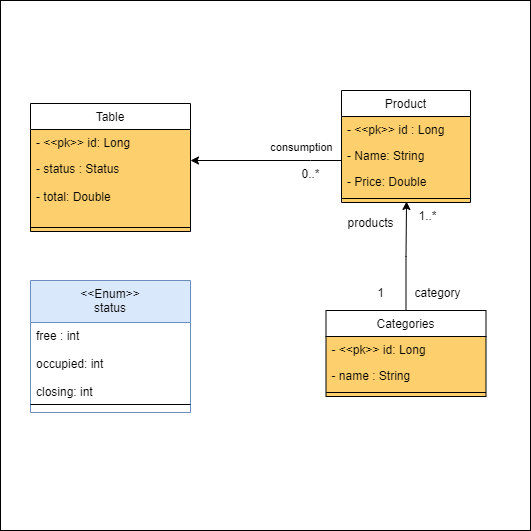
Before: assets/SnackHarbor.png, a diagram exported from draw.io (DeivinsonPereira/SnackHarbor). Source tidied: cells renumbered, new cells last; positions are measured from the earlier drawing's top-left corner, leaving out a move shared by most shapes.
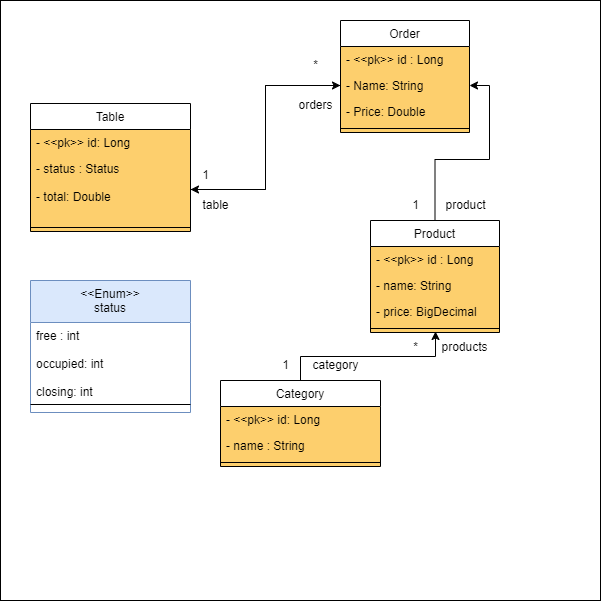
The same file after the commit.

Commit message:
Adjustments in relationships and order class created.

The edit, as a diff of the source:
```diff
@@ -3,30 +3,21 @@
     <mxCell id="0" />
     <mxCell id="1" parent="0" />
     <mxCell id="2" style="whiteSpace=wrap;html=1;" parent="1" vertex="1">
-      <mxGeometry width="530" height="530" as="geometry" />
+      <mxGeometry width="600" height="600" as="geometry" />
     </mxCell>
-    <mxCell id="3" value="Categories" style="swimlane;fontStyle=0;align=center;verticalAlign=top;horizontal=1;startSize=26;rounded=0;shadow=0;strokeWidth=1;swimlaneFillColor=#fdcf6d;" parent="1" vertex="1">
-      <mxGeometry x="325.5" y="310" width="160" height="86" as="geometry" />
-    </mxCell>
-    <mxCell id="4" value="- &lt;&lt;pk&gt;&gt; id: Long" style="text;align=left;verticalAlign=top;spacingLeft=4;spacingRight=4;overflow=hidden;" parent="3" vertex="1">
-      <mxGeometry y="26" width="160" height="26" as="geometry" />
-    </mxCell>
-    <mxCell id="5" value="- name : String" style="text;align=left;verticalAlign=top;spacingLeft=4;spacingRight=4;overflow=hidden;rounded=0;shadow=0;html=0;" parent="3" vertex="1">
-      <mxGeometry y="52" width="160" height="26" as="geometry" />
-    </mxCell>
-    <mxCell id="6" style="line;html=1;strokeWidth=1;align=left;verticalAlign=middle;spacingTop=-1;spacingLeft=3;spacingRight=3;labelPosition=right;" parent="3" vertex="1">
-      <mxGeometry y="78" width="160" height="8" as="geometry" />
-    </mxCell>
+    <mxCell id="27" style="edgeStyle=orthogonalEdgeStyle;rounded=0;jettySize=auto;html=1;" parent="1" edge="1" source="7" target="30">
+      <mxGeometry relative="1" as="geometry" />
+    </mxCell>
     <mxCell id="7" value="Product" style="swimlane;fontStyle=0;align=center;verticalAlign=top;horizontal=1;startSize=26;rounded=0;shadow=0;strokeWidth=1;swimlaneFillColor=#fdcf6d;" parent="1" vertex="1">
-      <mxGeometry x="341" y="90" width="129" height="112" as="geometry" />
+      <mxGeometry x="370" y="220" width="129" height="112" as="geometry" />
     </mxCell>
     <mxCell id="8" value="- &lt;&lt;pk&gt;&gt; id : Long" style="text;align=left;verticalAlign=top;spacingLeft=4;spacingRight=4;overflow=hidden;" parent="7" vertex="1">
       <mxGeometry y="26" width="129" height="26" as="geometry" />
     </mxCell>
-    <mxCell id="9" value="- Name: String" style="text;align=left;verticalAlign=top;spacingLeft=4;spacingRight=4;overflow=hidden;points=[[0,0.5],[1,0.5]];portConstraint=eastwest;rounded=0;shadow=0;html=0;" parent="7" vertex="1">
+    <mxCell id="9" value="- name: String" style="text;align=left;verticalAlign=top;spacingLeft=4;spacingRight=4;overflow=hidden;points=[[0,0.5],[1,0.5]];portConstraint=eastwest;rounded=0;shadow=0;html=0;" parent="7" vertex="1">
       <mxGeometry y="52" width="129" height="26" as="geometry" />
     </mxCell>
-    <mxCell id="10" value="- Price: Double" style="text;align=left;verticalAlign=top;spacingLeft=4;spacingRight=4;overflow=hidden;rounded=0;shadow=0;html=0;" parent="7" vertex="1">
+    <mxCell id="10" value="- price: BigDecimal" style="text;align=left;verticalAlign=top;spacingLeft=4;spacingRight=4;overflow=hidden;rounded=0;shadow=0;html=0;" parent="7" vertex="1">
       <mxGeometry y="78" width="129" height="26" as="geometry" />
     </mxCell>
     <mxCell id="11" style="line;html=1;strokeWidth=1;align=left;verticalAlign=middle;spacingTop=-1;spacingLeft=3;spacingRight=3;labelPosition=right;points=[];portConstraint=eastwest;" parent="7" vertex="1">
@@ -53,36 +44,71 @@
     <mxCell id="18" style="line;html=1;strokeWidth=1;align=left;verticalAlign=middle;spacingTop=-1;spacingLeft=3;spacingRight=3;labelPosition=right;" parent="16" vertex="1">
       <mxGeometry y="120" width="160" height="8" as="geometry" />
     </mxCell>
-    <mxCell id="19" style="edgeStyle=orthogonalEdgeStyle;rounded=0;jettySize=auto;html=1;" parent="1" edge="1" source="9" target="14">
-      <mxGeometry relative="1" as="geometry">
-        <Array as="points">
-          <mxPoint x="310" y="160" />
-          <mxPoint x="310" y="160" />
-        </Array>
-      </mxGeometry>
-    </mxCell>
-    <mxCell id="20" value="consumption" style="edgeLabel;html=1;align=center;verticalAlign=middle;" parent="19" vertex="1">
-      <mxGeometry x="-0.76" y="-3" relative="1" as="geometry">
-        <mxPoint x="-23" y="-11" as="offset" />
-      </mxGeometry>
-    </mxCell>
-    <mxCell id="21" value="0..*" style="text;html=1;align=center;verticalAlign=middle;strokeColor=none;fillColor=none;" parent="1" vertex="1">
-      <mxGeometry x="290" y="159" width="40" height="30" as="geometry" />
-    </mxCell>
     <mxCell id="22" style="edgeStyle=orthogonalEdgeStyle;rounded=0;jettySize=auto;html=1;entryX=0.504;entryY=0.875;entryDx=0;entryDy=0;entryPerimeter=0;" parent="1" edge="1" source="3" target="11">
       <mxGeometry relative="1" as="geometry" />
     </mxCell>
+    <mxCell id="28" value="Order" style="swimlane;fontStyle=0;align=center;verticalAlign=top;horizontal=1;startSize=26;rounded=0;shadow=0;strokeWidth=1;swimlaneFillColor=#fdcf6d;" parent="1" vertex="1">
+      <mxGeometry x="340" y="20" width="129" height="112" as="geometry" />
+    </mxCell>
+    <mxCell id="29" value="- &lt;&lt;pk&gt;&gt; id : Long" style="text;align=left;verticalAlign=top;spacingLeft=4;spacingRight=4;overflow=hidden;" parent="28" vertex="1">
+      <mxGeometry y="26" width="129" height="26" as="geometry" />
+    </mxCell>
+    <mxCell id="30" value="- Name: String" style="text;align=left;verticalAlign=top;spacingLeft=4;spacingRight=4;overflow=hidden;points=[[0,0.5],[1,0.5]];portConstraint=eastwest;rounded=0;shadow=0;html=0;" parent="28" vertex="1">
+      <mxGeometry y="52" width="129" height="26" as="geometry" />
+    </mxCell>
+    <mxCell id="31" value="- Price: Double" style="text;align=left;verticalAlign=top;spacingLeft=4;spacingRight=4;overflow=hidden;rounded=0;shadow=0;html=0;" parent="28" vertex="1">
+      <mxGeometry y="78" width="129" height="26" as="geometry" />
+    </mxCell>
+    <mxCell id="32" style="line;html=1;strokeWidth=1;align=left;verticalAlign=middle;spacingTop=-1;spacingLeft=3;spacingRight=3;labelPosition=right;" parent="28" vertex="1">
+      <mxGeometry y="104" width="129" height="8" as="geometry" />
+    </mxCell>
+    <mxCell id="33" value="1" style="text;html=1;align=center;verticalAlign=middle;strokeColor=none;fillColor=none;" parent="1" vertex="1">
+      <mxGeometry x="270" y="350" width="30" height="30" as="geometry" />
+    </mxCell>
     <mxCell id="23" value="category" style="text;html=1;align=center;verticalAlign=middle;strokeColor=none;fillColor=none;" parent="1" vertex="1">
-      <mxGeometry x="402" y="278" width="70" height="30" as="geometry" />
+      <mxGeometry x="300" y="350" width="70" height="30" as="geometry" />
     </mxCell>
-    <mxCell id="24" value="1" style="text;html=1;align=center;verticalAlign=middle;strokeColor=none;fillColor=none;" parent="1" vertex="1">
-      <mxGeometry x="365" y="278" width="30" height="30" as="geometry" />
-    </mxCell>
-    <mxCell id="25" value="1..*" style="text;html=1;align=center;verticalAlign=middle;strokeColor=none;fillColor=none;" parent="1" vertex="1">
-      <mxGeometry x="407" y="201" width="40" height="30" as="geometry" />
-    </mxCell>
+    <mxCell id="34" value="1" style="text;html=1;align=center;verticalAlign=middle;strokeColor=none;fillColor=none;" parent="1" vertex="1">
+      <mxGeometry x="400" y="190" width="30" height="30" as="geometry" />
+    </mxCell>
+    <mxCell id="35" value="product" style="text;html=1;align=center;verticalAlign=middle;strokeColor=none;fillColor=none;" parent="1" vertex="1">
+      <mxGeometry x="435" y="190" width="60" height="30" as="geometry" />
+    </mxCell>
+    <mxCell id="36" value="1" style="text;html=1;align=center;verticalAlign=middle;strokeColor=none;fillColor=none;" parent="1" vertex="1">
+      <mxGeometry x="190" y="160" width="30" height="30" as="geometry" />
+    </mxCell>
+    <mxCell id="37" style="edgeStyle=orthogonalEdgeStyle;rounded=0;jettySize=auto;html=1;entryX=0;entryY=0.5;entryDx=0;entryDy=0;" parent="1" edge="1" source="14" target="30">
+      <mxGeometry relative="1" as="geometry" />
+    </mxCell>
+    <mxCell id="38" value="table" style="text;html=1;align=center;verticalAlign=middle;strokeColor=none;fillColor=none;" parent="1" vertex="1">
+      <mxGeometry x="190" y="190" width="50" height="30" as="geometry" />
+    </mxCell>
+    <mxCell id="39" style="edgeStyle=orthogonalEdgeStyle;rounded=0;jettySize=auto;html=1;exitX=0;exitY=0.5;exitDx=0;exitDy=0;" parent="1" edge="1" source="30" target="14">
+      <mxGeometry relative="1" as="geometry" />
+    </mxCell>
+    <mxCell id="40" value="orders" style="text;html=1;align=center;verticalAlign=middle;strokeColor=none;fillColor=none;" parent="1" vertex="1">
+      <mxGeometry x="285" y="90" width="60" height="30" as="geometry" />
+    </mxCell>
+    <mxCell id="41" value="*" style="text;html=1;align=center;verticalAlign=middle;strokeColor=none;fillColor=none;" parent="1" vertex="1">
+      <mxGeometry x="300" y="50" width="30" height="30" as="geometry" />
+    </mxCell>
     <mxCell id="26" value="products" style="text;html=1;align=center;verticalAlign=middle;strokeColor=none;fillColor=none;" parent="1" vertex="1">
-      <mxGeometry x="335" y="208" width="70" height="30" as="geometry" />
+      <mxGeometry x="429" y="332" width="70" height="30" as="geometry" />
     </mxCell>
+    <mxCell id="42" value="*" style="text;html=1;align=center;verticalAlign=middle;strokeColor=none;fillColor=none;" parent="1" vertex="1">
+      <mxGeometry x="400" y="332" width="30" height="30" as="geometry" />
+    </mxCell>
+    <mxCell id="3" value="Category" style="swimlane;fontStyle=0;align=center;verticalAlign=top;horizontal=1;startSize=26;rounded=0;shadow=0;strokeWidth=1;swimlaneFillColor=#fdcf6d;" parent="1" vertex="1">
+      <mxGeometry x="220" y="380" width="160" height="86" as="geometry" />
+    </mxCell>
+    <mxCell id="4" value="- &lt;&lt;pk&gt;&gt; id: Long" style="text;align=left;verticalAlign=top;spacingLeft=4;spacingRight=4;overflow=hidden;" parent="3" vertex="1">
+      <mxGeometry y="26" width="160" height="26" as="geometry" />
+    </mxCell>
+    <mxCell id="5" value="- name : String" style="text;align=left;verticalAlign=top;spacingLeft=4;spacingRight=4;overflow=hidden;rounded=0;shadow=0;html=0;" parent="3" vertex="1">
+      <mxGeometry y="52" width="160" height="26" as="geometry" />
+    </mxCell>
+    <mxCell id="6" style="line;html=1;strokeWidth=1;align=left;verticalAlign=middle;spacingTop=-1;spacingLeft=3;spacingRight=3;labelPosition=right;" parent="3" vertex="1">
+      <mxGeometry y="78" width="160" height="8" as="geometry" />
+    </mxCell>
   </root>
 </mxGraphModel>
```
